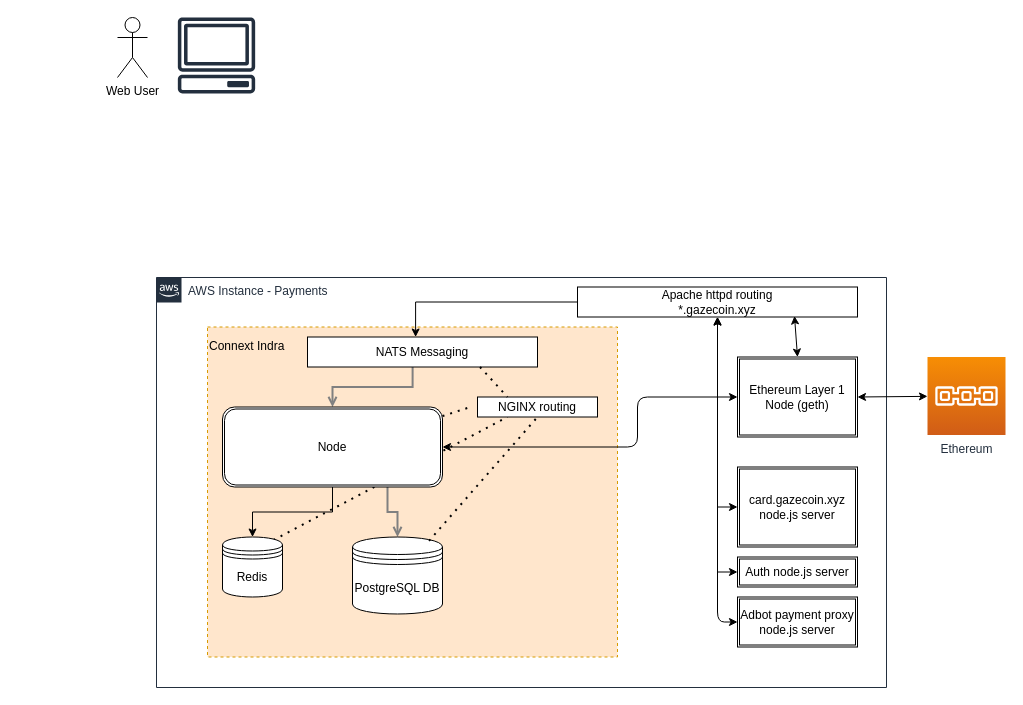
This is DreamChannelPayments.drawio from glamperd/indrav2, a draw.io file, before an edit. Source tidied: cells renumbered, new cells numbered last; positions are measured from the earlier drawing's top-left corner, leaving out a move shared by most shapes. Both pictures are drawn from the tidied source at 100%, with x=0, y=0 at pixel (117, 17).
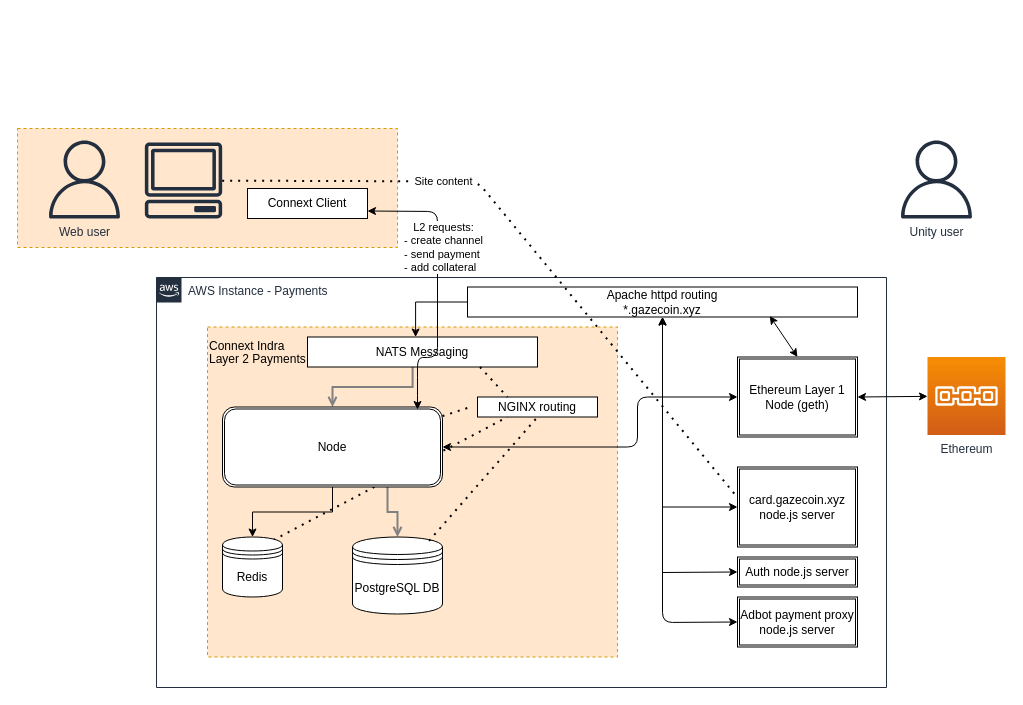
The same page after the edit.

Unchanged cells that the change refers to:
```xml
<mxCell id="17" value="card.gazecoin.xyz node.js server" style="shape=ext;double=1;rounded=0;whiteSpace=wrap;html=1;fontColor=#000000;" parent="1" vertex="1">
  <mxGeometry x="620" y="449.5" width="120" height="80" as="geometry" />
</mxCell>
<mxCell id="20" value="Auth node.js server" style="shape=ext;double=1;rounded=0;whiteSpace=wrap;html=1;fontColor=#000000;" parent="1" vertex="1">
  <mxGeometry x="620" y="539.5" width="120" height="30" as="geometry" />
</mxCell>
<mxCell id="21" value="Adbot payment proxy&lt;br&gt;node.js server" style="shape=ext;double=1;rounded=0;whiteSpace=wrap;html=1;fontColor=#000000;" parent="1" vertex="1">
  <mxGeometry x="620" y="579.5" width="120" height="50" as="geometry" />
</mxCell>
```

Change to the diagram source:
```diff
@@
+    <mxCell id="31" style="rounded=0;whiteSpace=wrap;html=1;fillColor=#ffe6cc;strokeColor=#d79b00;dashed=1;" parent="1" vertex="1">
+      <mxGeometry x="-100" y="111" width="380" height="119" as="geometry" />
+    </mxCell>
-    <mxCell id="2" value="&lt;p style=&quot;line-height: 10%&quot;&gt;Connext Indra&lt;/p&gt;" style="rounded=0;whiteSpace=wrap;html=1;align=left;horizontal=1;verticalAlign=top;fillColor=#ffe6cc;strokeColor=#d79b00;dashed=1;" parent="1" vertex="1">
+    <mxCell id="2" value="&lt;p style=&quot;line-height: 10%&quot;&gt;Connext Indra&lt;/p&gt;&lt;p style=&quot;line-height: 10%&quot;&gt;Layer 2 Payments&lt;/p&gt;" style="rounded=0;whiteSpace=wrap;html=1;align=left;horizontal=1;verticalAlign=top;fillColor=#ffe6cc;strokeColor=#d79b00;dashed=1;" parent="1" vertex="1">
       <mxGeometry x="90" y="309.5" width="410" height="330" as="geometry" />
     </mxCell>
@@
     <mxCell id="13" value="Apache httpd routing&lt;br&gt;*.gazecoin.xyz" style="rounded=0;whiteSpace=wrap;html=1;" parent="1" vertex="1">
-      <mxGeometry x="460" y="269.5" width="280" height="30" as="geometry" />
+      <mxGeometry x="350" y="269.5" width="390" height="30" as="geometry" />
     </mxCell>
@@
-    <mxCell id="22" style="endArrow=classic;startArrow=classic;html=1;fontColor=#000000;exitX=0;exitY=0.5;exitDx=0;exitDy=0;rounded=0;" parent="1" edge="1" source="20">
+    <mxCell id="22" style="endArrow=classic;startArrow=classic;html=1;fontColor=#000000;exitX=0;exitY=0.5;exitDx=0;exitDy=0;rounded=0;entryX=0.5;entryY=1;entryDx=0;entryDy=0;" parent="1" edge="1" source="20" target="13">
       <mxGeometry relative="1" as="geometry">
-        <mxPoint x="600" y="299.5" as="targetPoint" />
         <Array as="points">
-          <mxPoint x="600" y="554.5" />
+          <mxPoint x="545" y="555" />
         </Array>
       </mxGeometry>
     </mxCell>
     <mxCell id="23" style="endArrow=classic;startArrow=classic;html=1;fontColor=#000000;exitX=0;exitY=0.5;exitDx=0;exitDy=0;entryX=0.5;entryY=1;entryDx=0;entryDy=0;" parent="1" edge="1" source="21" target="13">
       <mxGeometry relative="1" as="geometry">
         <Array as="points">
-          <mxPoint x="600" y="604.5" />
+          <mxPoint x="545" y="605" />
         </Array>
       </mxGeometry>
     </mxCell>
@@
-    <mxCell id="29" value="Web User" style="shape=umlActor;verticalLabelPosition=bottom;verticalAlign=top;html=1;fontColor=#000000;" parent="1" vertex="1">
-      <mxGeometry width="30" height="60" as="geometry" />
-    </mxCell>
     <mxCell id="30" style="outlineConnect=0;fontColor=#232F3E;gradientColor=none;fillColor=#232F3E;strokeColor=none;dashed=0;verticalLabelPosition=bottom;verticalAlign=top;align=center;html=1;fontSize=12;fontStyle=0;shape=mxgraph.aws4.client;" parent="1" vertex="1">
-      <mxGeometry x="60" width="78" height="76" as="geometry" />
+      <mxGeometry x="27" y="125" width="78" height="76" as="geometry" />
     </mxCell>
+    <mxCell id="32" value="Unity user" style="fontColor=#232F3E;gradientColor=none;fillColor=#232F3E;strokeColor=none;dashed=0;verticalLabelPosition=bottom;verticalAlign=top;align=center;html=1;fontSize=12;fontStyle=0;shape=mxgraph.aws4.user;" parent="1" vertex="1">
+      <mxGeometry x="780" y="123" width="78" height="78" as="geometry" />
+    </mxCell>
+    <mxCell id="33" value="Web user" style="fontColor=#232F3E;gradientColor=none;fillColor=#232F3E;strokeColor=none;dashed=0;verticalLabelPosition=bottom;verticalAlign=top;align=center;html=1;fontSize=12;fontStyle=0;shape=mxgraph.aws4.user;" parent="1" vertex="1">
+      <mxGeometry x="-72" y="123" width="78" height="78" as="geometry" />
+    </mxCell>
+    <mxCell id="34" style="endArrow=none;dashed=1;html=1;dashPattern=1 3;strokeWidth=2;fontColor=#000000;entryX=0;entryY=0.381;entryDx=0;entryDy=0;entryPerimeter=0;" parent="1" edge="1" source="30" target="17">
+      <mxGeometry relative="1" as="geometry">
+        <Array as="points">
+          <mxPoint x="360" y="164" />
+        </Array>
+      </mxGeometry>
+    </mxCell>
+    <mxCell id="35" value="Site content" style="edgeLabel;html=1;align=center;verticalAlign=middle;fontColor=#000000;" parent="34" vertex="1">
+      <mxGeometry x="0.44" relative="1" as="geometry">
+        <mxPoint x="-175.9" y="-172.3" as="offset" />
+      </mxGeometry>
+    </mxCell>
+    <mxCell id="36" value="Connext Client" style="rounded=0;whiteSpace=wrap;html=1;fontColor=#000000;" parent="1" vertex="1">
+      <mxGeometry x="130" y="171" width="120" height="30" as="geometry" />
+    </mxCell>
+    <mxCell id="37" style="endArrow=classic;startArrow=classic;html=1;fontColor=#000000;exitX=1;exitY=0.75;exitDx=0;exitDy=0;" parent="1" edge="1" source="36">
+      <mxGeometry relative="1" as="geometry">
+        <mxPoint x="300" y="392" as="targetPoint" />
+        <Array as="points">
+          <mxPoint x="320" y="194" />
+          <mxPoint x="320" y="340" />
+          <mxPoint x="300" y="340" />
+          <mxPoint x="300" y="370" />
+          <mxPoint x="300" y="392" />
+        </Array>
+      </mxGeometry>
+    </mxCell>
+    <mxCell id="38" value="L2 requests:&lt;br&gt;- create channel&lt;br&gt;&lt;div style=&quot;text-align: left&quot;&gt;- send payment&lt;/div&gt;&lt;div style=&quot;text-align: left&quot;&gt;- add collateral&lt;/div&gt;" style="edgeLabel;html=1;align=center;verticalAlign=middle;fontColor=#000000;" parent="37" vertex="1">
+      <mxGeometry x="-0.11" y="1" relative="1" as="geometry">
+        <mxPoint x="4" y="-22" as="offset" />
+      </mxGeometry>
+    </mxCell>
```
